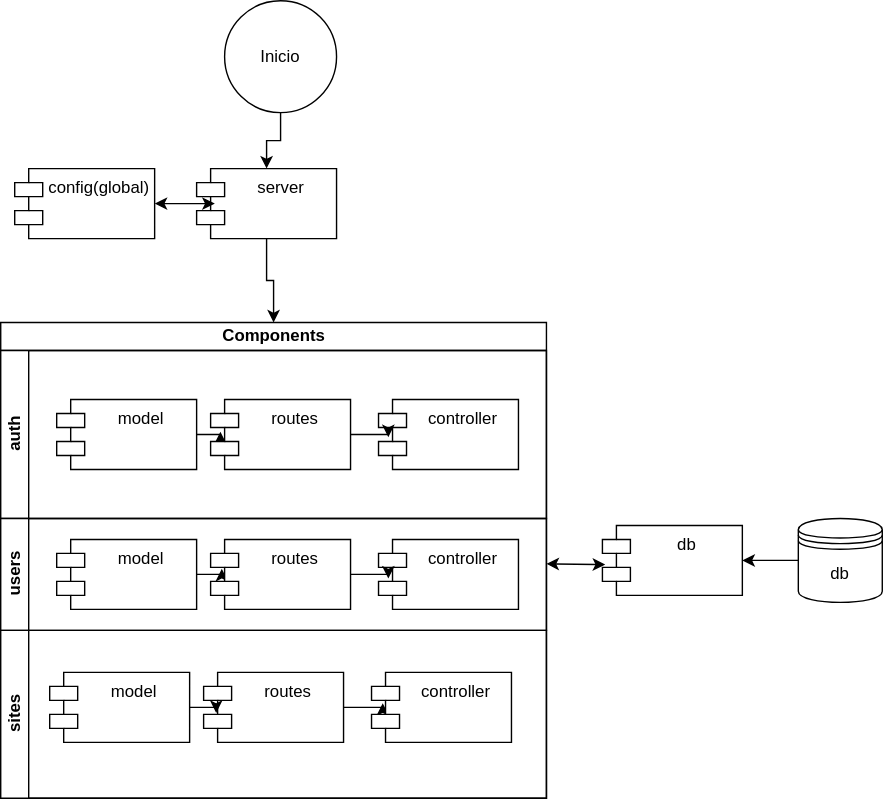
The draw.io diagram backenddiagram.svg in andresmesad09/Backend-LetsRoomie, before a commit. Source tidied: cells renumbered, new cells last; positions are measured from the earlier drawing's top-left corner, leaving out a move shared by most shapes.
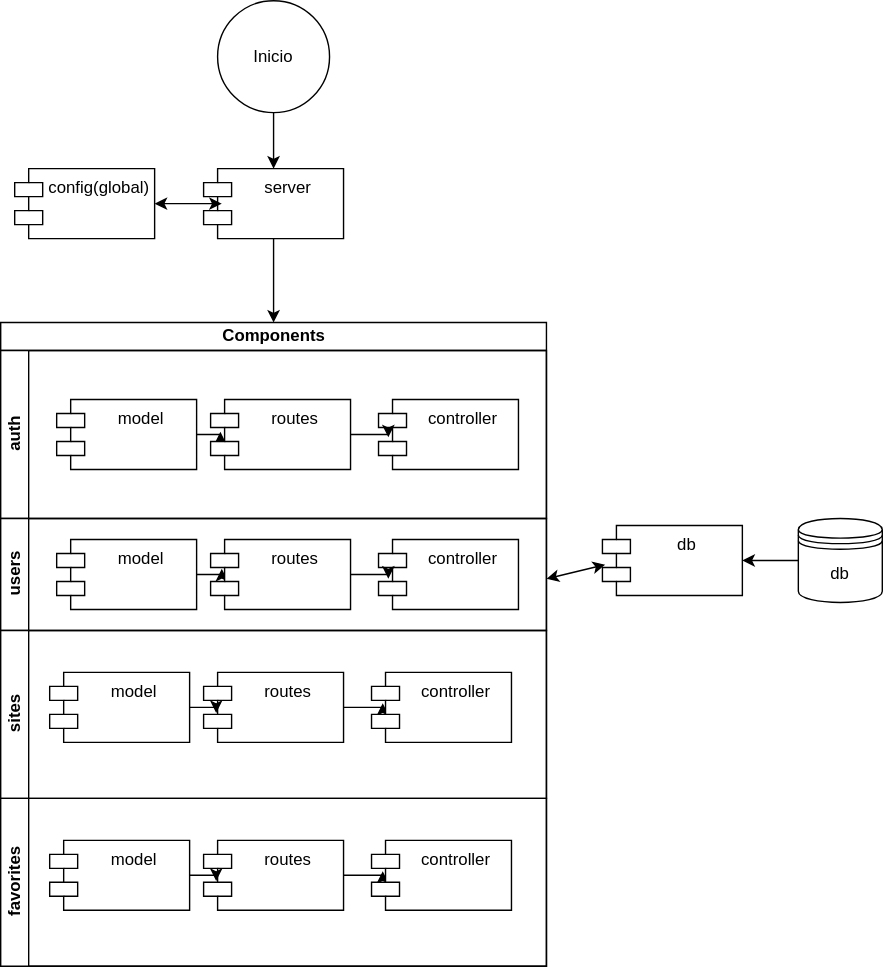
After the commit.

Diff of the diagram source:
```diff
@@ -6,7 +6,7 @@
       <mxGeometry relative="1" as="geometry" />
     </mxCell>
     <mxCell id="3" value="Inicio" style="ellipse;whiteSpace=wrap;html=1;" parent="1" vertex="1">
-      <mxGeometry x="160" width="80" height="80" as="geometry" />
+      <mxGeometry x="155" width="80" height="80" as="geometry" />
     </mxCell>
     <mxCell id="4" style="edgeStyle=orthogonalEdgeStyle;rounded=0;jettySize=auto;html=1;entryX=1;entryY=0.5;entryDx=0;entryDy=0;" parent="1" edge="1" source="5" target="29">
       <mxGeometry relative="1" as="geometry" />
@@ -18,7 +18,7 @@
       <mxGeometry relative="1" as="geometry" />
     </mxCell>
     <mxCell id="7" value="Components" style="swimlane;html=1;horizontal=1;startSize=20;" parent="1" vertex="1">
-      <mxGeometry y="230" width="390" height="340" as="geometry" />
+      <mxGeometry y="230" width="390" height="460" as="geometry" />
     </mxCell>
     <mxCell id="8" value="auth" style="swimlane;html=1;startSize=20;horizontal=0;" parent="7" vertex="1">
       <mxGeometry y="20" width="390" height="120" as="geometry" />
@@ -74,6 +74,24 @@
     <mxCell id="25" value="model" style="shape=module;align=left;spacingLeft=20;align=center;verticalAlign=top;startSize=20;html=1;" parent="20" vertex="1">
       <mxGeometry x="35" y="30" width="100" height="50" as="geometry" />
     </mxCell>
+    <mxCell id="31" value="favorites" style="swimlane;html=1;startSize=20;horizontal=0;" parent="7" vertex="1">
+      <mxGeometry y="340" width="390" height="120" as="geometry" />
+    </mxCell>
+    <mxCell id="32" style="edgeStyle=orthogonalEdgeStyle;rounded=0;jettySize=auto;html=1;exitX=1;exitY=0.5;exitDx=0;exitDy=0;entryX=0.08;entryY=0.44;entryDx=0;entryDy=0;entryPerimeter=0;startSize=20;" parent="31" edge="1" source="33" target="34">
+      <mxGeometry relative="1" as="geometry" />
+    </mxCell>
+    <mxCell id="33" value="routes" style="shape=module;align=left;spacingLeft=20;align=center;verticalAlign=top;startSize=20;html=1;" parent="31" vertex="1">
+      <mxGeometry x="145" y="30" width="100" height="50" as="geometry" />
+    </mxCell>
+    <mxCell id="34" value="controller" style="shape=module;align=left;spacingLeft=20;align=center;verticalAlign=top;startSize=20;html=1;" parent="31" vertex="1">
+      <mxGeometry x="265" y="30" width="100" height="50" as="geometry" />
+    </mxCell>
+    <mxCell id="35" style="edgeStyle=orthogonalEdgeStyle;rounded=0;jettySize=auto;html=1;exitX=1;exitY=0.5;exitDx=0;exitDy=0;entryX=0.09;entryY=0.58;entryDx=0;entryDy=0;entryPerimeter=0;startSize=20;" parent="31" edge="1" source="36" target="33">
+      <mxGeometry relative="1" as="geometry" />
+    </mxCell>
+    <mxCell id="36" value="model" style="shape=module;align=left;spacingLeft=20;align=center;verticalAlign=top;startSize=20;html=1;" parent="31" vertex="1">
+      <mxGeometry x="35" y="30" width="100" height="50" as="geometry" />
+    </mxCell>
     <mxCell id="26" value="config(global)" style="shape=module;align=left;spacingLeft=20;align=center;verticalAlign=top;startSize=20;html=1;" parent="1" vertex="1">
       <mxGeometry x="10" y="120" width="100" height="50" as="geometry" />
     </mxCell>
@@ -81,7 +99,7 @@
       <mxGeometry relative="1" as="geometry" />
     </mxCell>
     <mxCell id="28" value="server" style="shape=module;align=left;spacingLeft=20;align=center;verticalAlign=top;startSize=20;html=1;" parent="1" vertex="1">
-      <mxGeometry x="140" y="120" width="100" height="50" as="geometry" />
+      <mxGeometry x="145" y="120" width="100" height="50" as="geometry" />
     </mxCell>
     <mxCell id="29" value="db " style="shape=module;align=left;spacingLeft=20;align=center;verticalAlign=top;startSize=20;html=1;" parent="1" vertex="1">
       <mxGeometry x="430" y="375" width="100" height="50" as="geometry" />
```
